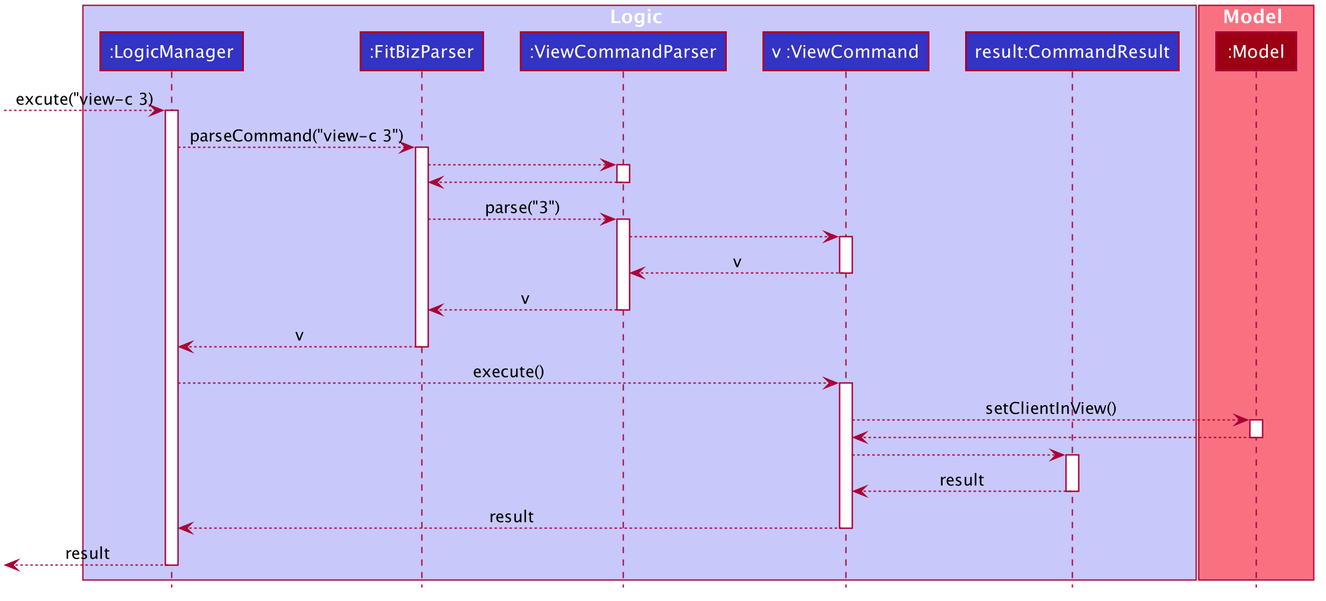
Earlier version of the PlantUML export images/ViewSequenceDiagram.png (AY1920S2-CS2103T-F11-2/main). Its diagram source:
```plantuml
@startuml








skinparam BackgroundColor #FFFFFFF

skinparam Shadowing false

skinparam Class {
    FontColor #FFFFFF
    BorderThickness 1
    BorderColor #FFFFFF
    StereotypeFontColor #FFFFFF
    FontName Arial
}

skinparam Actor {
    BorderColor #000000
    Color #000000
    FontName Arial
}

skinparam Sequence {
    MessageAlign center
    BoxFontSize 15
    BoxPadding 0
    BoxFontColor #FFFFFF
    FontName Arial
}

skinparam Participant {
    FontColor #FFFFFFF
    Padding 20
}

skinparam MinClassWidth 50
skinparam ParticipantPadding 10
skinparam Shadowing false
skinparam DefaultTextAlignment center
skinparam packageStyle Rectangle

hide footbox
hide members
hide circle

box Logic #C8C8FA
participant ":LogicManager" as LogicManager #3333C4
participant ":FitBizParser" as FitBizParser #3333C4
participant ":ViewCommandParser" as ViewCommandParser #3333C4
participant "v :ViewCommand" as ViewCommand #3333C4
participant "result:CommandResult" as CommandResult #3333C4
end box

box Model #F97181
participant ":Model" as Model #9D0012
end box

--> LogicManager : excute("view-c 3)
activate LogicManager

LogicManager --> FitBizParser : parseCommand("view-c 3")
activate FitBizParser

FitBizParser --> ViewCommandParser
activate ViewCommandParser

ViewCommandParser --> FitBizParser
deactivate ViewCommandParser

FitBizParser --> ViewCommandParser : parse("3")
activate ViewCommandParser

ViewCommandParser --> ViewCommand
activate ViewCommand

ViewCommand --> ViewCommandParser : v
deactivate ViewCommand

ViewCommandParser --> FitBizParser : v
deactivate ViewCommandParser

FitBizParser --> LogicManager : v
deactivate FitBizParser

LogicManager --> ViewCommand : execute()
activate ViewCommand

ViewCommand --> Model : setClientInView()
activate Model

Model --> ViewCommand
deactivate Model

ViewCommand --> CommandResult
activate CommandResult

CommandResult --> ViewCommand : result
deactivate CommandResult

ViewCommand --> LogicManager : result
deactivate ViewCommand

<-- LogicManager : result
deactivate LogicManager

@enduml
```
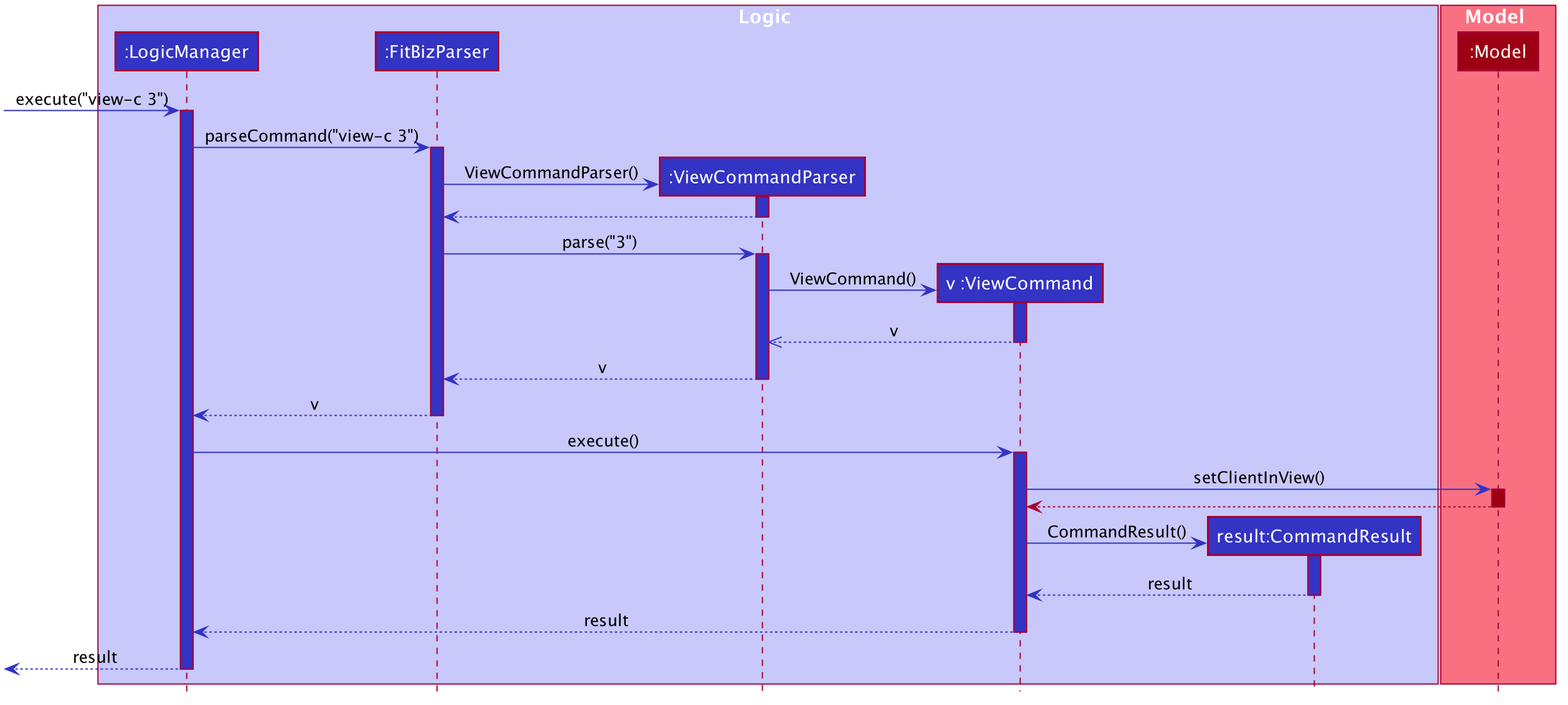
The same diagram one commit later.

What changed in the source:
```diff
@@ -60,52 +60,52 @@
 participant ":Model" as Model #9D0012
 end box
 
---> LogicManager : excute("view-c 3)
-activate LogicManager
+-[#3333C4]> LogicManager : execute("view-c 3")
+activate LogicManager #3333C4
 
-LogicManager --> FitBizParser : parseCommand("view-c 3")
-activate FitBizParser
+LogicManager -[#3333C4]> FitBizParser : parseCommand("view-c 3")
+activate FitBizParser #3333C4
 
-FitBizParser --> ViewCommandParser
-activate ViewCommandParser
+FitBizParser -[#3333C4]> ViewCommandParser ** : ViewCommandParser()
+activate ViewCommandParser #3333C4
 
-ViewCommandParser --> FitBizParser
+ViewCommandParser --[#3333C4]> FitBizParser
 deactivate ViewCommandParser
 
-FitBizParser --> ViewCommandParser : parse("3")
-activate ViewCommandParser
+FitBizParser -[#3333C4]> ViewCommandParser  : parse("3")
+activate ViewCommandParser #3333C4
 
-ViewCommandParser --> ViewCommand
-activate ViewCommand
+ViewCommandParser -[#3333C4]> ViewCommand ** : ViewCommand()
+activate ViewCommand #3333C4
 
-ViewCommand --> ViewCommandParser : v
+ViewCommand --[#3333C4]>> ViewCommandParser : v
 deactivate ViewCommand
 
-ViewCommandParser --> FitBizParser : v
+ViewCommandParser --[#3333C4]> FitBizParser : v
 deactivate ViewCommandParser
 
-FitBizParser --> LogicManager : v
+FitBizParser --[#3333C4]> LogicManager : v
 deactivate FitBizParser
 
-LogicManager --> ViewCommand : execute()
-activate ViewCommand
+LogicManager -[#3333C4]> ViewCommand : execute()
+activate ViewCommand #3333C4
 
-ViewCommand --> Model : setClientInView()
-activate Model
+ViewCommand -[#3333C4]> Model : setClientInView()
+activate Model #9D0012
 
 Model --> ViewCommand
 deactivate Model
 
-ViewCommand --> CommandResult
-activate CommandResult
+ViewCommand -[#3333C4]> CommandResult ** : CommandResult()
+activate CommandResult  #3333C4
 
-CommandResult --> ViewCommand : result
+CommandResult --[#3333C4]> ViewCommand : result
 deactivate CommandResult
 
-ViewCommand --> LogicManager : result
+ViewCommand --[#3333C4]> LogicManager : result
 deactivate ViewCommand
 
-<-- LogicManager : result
+<[#3333C4]-- LogicManager : result
 deactivate LogicManager
 
 @enduml
```
